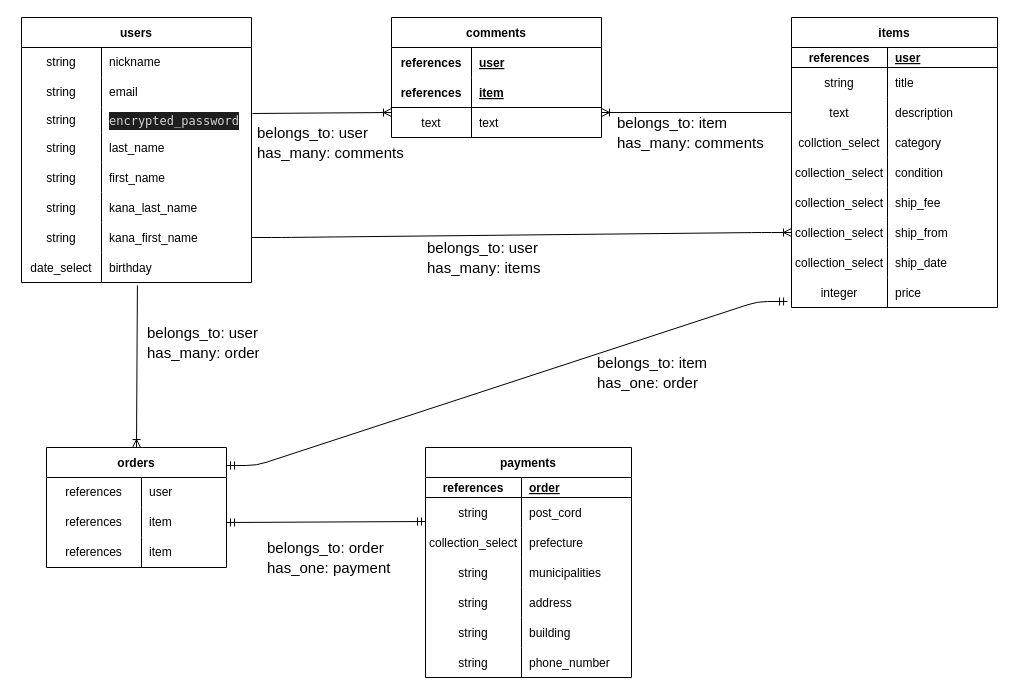
Chie555/furima-39010 keeps this draw.io diagram as furima.dio. Above is the earlier version. Source tidied: cells renumbered, new cells numbered last; positions are measured from the earlier drawing's top-left corner, leaving out a move shared by most shapes. Both pictures are drawn from the tidied source at 100%, with x=0, y=0 at pixel (21, 17).
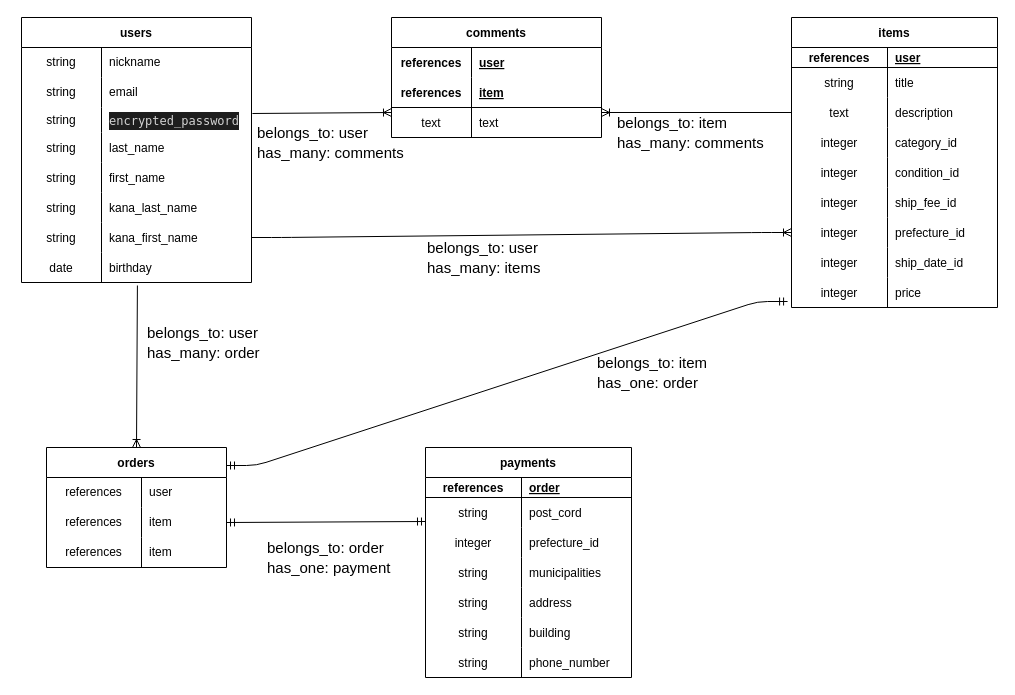
The same page after the edit.

Commit message (it also covers changes not shown here):
データベース設計修正

The change refers to these unchanged cells:
```xml
<mxCell id="24" style="shape=tableRow;horizontal=0;startSize=0;swimlaneHead=0;swimlaneBody=0;fillColor=none;top=0;left=0;right=0;bottom=0;shadow=0;" parent="14" vertex="1">
  <mxGeometry y="110" width="206" height="30" as="geometry" />
</mxCell>
<mxCell id="27" style="shape=tableRow;horizontal=0;startSize=0;swimlaneHead=0;swimlaneBody=0;fillColor=none;top=0;left=0;right=0;bottom=0;shadow=0;" parent="14" vertex="1">
  <mxGeometry y="140" width="206" height="30" as="geometry" />
</mxCell>
<mxCell id="30" style="shape=tableRow;horizontal=0;startSize=0;swimlaneHead=0;swimlaneBody=0;fillColor=none;top=0;left=0;right=0;bottom=0;shadow=0;" parent="14" vertex="1">
  <mxGeometry y="170" width="206" height="30" as="geometry" />
</mxCell>
<mxCell id="33" style="shape=tableRow;horizontal=0;startSize=0;swimlaneHead=0;swimlaneBody=0;fillColor=none;points=[[0,0.5],[1,0.5]];portConstraint=eastwest;top=0;left=0;right=0;bottom=0;shadow=0;" parent="14" vertex="1">
  <mxGeometry y="200" width="206" height="30" as="geometry" />
</mxCell>
<mxCell id="36" style="shape=tableRow;horizontal=0;startSize=0;swimlaneHead=0;swimlaneBody=0;fillColor=none;top=0;left=0;right=0;bottom=0;shadow=0;" parent="14" vertex="1">
  <mxGeometry y="230" width="206" height="30" as="geometry" />
</mxCell>
<mxCell id="74" style="shape=tableRow;horizontal=0;startSize=0;swimlaneHead=0;swimlaneBody=0;fillColor=none;points=[[0,0.5],[1,0.5]];portConstraint=eastwest;top=0;left=0;right=0;bottom=0;shadow=0;" parent="52" vertex="1">
  <mxGeometry y="235" width="230" height="30" as="geometry" />
</mxCell>
<mxCell id="95" style="shape=tableRow;horizontal=0;startSize=0;swimlaneHead=0;swimlaneBody=0;fillColor=none;top=0;left=0;right=0;bottom=0;shadow=0;" parent="88" vertex="1">
  <mxGeometry y="80" width="206" height="30" as="geometry" />
</mxCell>
```

Change to the diagram source:
```diff
@@
-    <mxCell id="25" value="collction_select" style="shape=partialRectangle;fillColor=none;top=0;left=0;bottom=0;right=0;fontStyle=0;overflow=hidden;shadow=0;" parent="24" vertex="1">
+    <mxCell id="25" value="integer" style="shape=partialRectangle;fillColor=none;top=0;left=0;bottom=0;right=0;fontStyle=0;overflow=hidden;shadow=0;" parent="24" vertex="1">
       <mxGeometry width="96" height="30" as="geometry" />
     </mxCell>
-    <mxCell id="26" value="category" style="shape=partialRectangle;fillColor=none;top=0;left=0;bottom=0;right=0;align=left;spacingLeft=6;fontStyle=0;overflow=hidden;shadow=0;" parent="24" vertex="1">
+    <mxCell id="26" value="category_id" style="shape=partialRectangle;fillColor=none;top=0;left=0;bottom=0;right=0;align=left;spacingLeft=6;fontStyle=0;overflow=hidden;shadow=0;" parent="24" vertex="1">
       <mxGeometry x="96" width="110" height="30" as="geometry" />
     </mxCell>
@@
-    <mxCell id="28" value="collection_select" style="shape=partialRectangle;fillColor=none;top=0;left=0;bottom=0;right=0;fontStyle=0;overflow=hidden;shadow=0;" parent="27" vertex="1">
+    <mxCell id="28" value="integer" style="shape=partialRectangle;fillColor=none;top=0;left=0;bottom=0;right=0;fontStyle=0;overflow=hidden;shadow=0;" parent="27" vertex="1">
       <mxGeometry width="96" height="30" as="geometry" />
     </mxCell>
-    <mxCell id="29" value="condition" style="shape=partialRectangle;fillColor=none;top=0;left=0;bottom=0;right=0;align=left;spacingLeft=6;fontStyle=0;overflow=hidden;shadow=0;" parent="27" vertex="1">
+    <mxCell id="29" value="condition_id" style="shape=partialRectangle;fillColor=none;top=0;left=0;bottom=0;right=0;align=left;spacingLeft=6;fontStyle=0;overflow=hidden;shadow=0;" parent="27" vertex="1">
       <mxGeometry x="96" width="110" height="30" as="geometry" />
     </mxCell>
@@
-    <mxCell id="31" value="collection_select" style="shape=partialRectangle;fillColor=none;top=0;left=0;bottom=0;right=0;fontStyle=0;overflow=hidden;shadow=0;" parent="30" vertex="1">
+    <mxCell id="31" value="integer" style="shape=partialRectangle;fillColor=none;top=0;left=0;bottom=0;right=0;fontStyle=0;overflow=hidden;shadow=0;" parent="30" vertex="1">
       <mxGeometry width="96" height="30" as="geometry" />
     </mxCell>
-    <mxCell id="32" value="ship_fee" style="shape=partialRectangle;fillColor=none;top=0;left=0;bottom=0;right=0;align=left;spacingLeft=6;fontStyle=0;overflow=hidden;shadow=0;" parent="30" vertex="1">
+    <mxCell id="32" value="ship_fee_id" style="shape=partialRectangle;fillColor=none;top=0;left=0;bottom=0;right=0;align=left;spacingLeft=6;fontStyle=0;overflow=hidden;shadow=0;" parent="30" vertex="1">
       <mxGeometry x="96" width="110" height="30" as="geometry" />
     </mxCell>
@@
-    <mxCell id="34" value="collection_select" style="shape=partialRectangle;fillColor=none;top=0;left=0;bottom=0;right=0;fontStyle=0;overflow=hidden;shadow=0;" parent="33" vertex="1">
+    <mxCell id="34" value="integer" style="shape=partialRectangle;fillColor=none;top=0;left=0;bottom=0;right=0;fontStyle=0;overflow=hidden;shadow=0;" parent="33" vertex="1">
       <mxGeometry width="96" height="30" as="geometry" />
     </mxCell>
-    <mxCell id="35" value="ship_from" style="shape=partialRectangle;fillColor=none;top=0;left=0;bottom=0;right=0;align=left;spacingLeft=6;fontStyle=0;overflow=hidden;shadow=0;" parent="33" vertex="1">
+    <mxCell id="35" value="prefecture_id" style="shape=partialRectangle;fillColor=none;top=0;left=0;bottom=0;right=0;align=left;spacingLeft=6;fontStyle=0;overflow=hidden;shadow=0;" parent="33" vertex="1">
       <mxGeometry x="96" width="110" height="30" as="geometry" />
     </mxCell>
@@
-    <mxCell id="37" value="collection_select" style="shape=partialRectangle;fillColor=none;top=0;left=0;bottom=0;right=0;fontStyle=0;overflow=hidden;shadow=0;" parent="36" vertex="1">
+    <mxCell id="37" value="integer" style="shape=partialRectangle;fillColor=none;top=0;left=0;bottom=0;right=0;fontStyle=0;overflow=hidden;shadow=0;" parent="36" vertex="1">
       <mxGeometry width="96" height="30" as="geometry" />
     </mxCell>
-    <mxCell id="38" value="ship_date" style="shape=partialRectangle;fillColor=none;top=0;left=0;bottom=0;right=0;align=left;spacingLeft=6;fontStyle=0;overflow=hidden;shadow=0;" parent="36" vertex="1">
+    <mxCell id="38" value="ship_date_id" style="shape=partialRectangle;fillColor=none;top=0;left=0;bottom=0;right=0;align=left;spacingLeft=6;fontStyle=0;overflow=hidden;shadow=0;" parent="36" vertex="1">
       <mxGeometry x="96" width="110" height="30" as="geometry" />
     </mxCell>
@@
-    <mxCell id="75" value="date_select" style="shape=partialRectangle;fillColor=none;top=0;left=0;bottom=0;right=0;fontStyle=0;overflow=hidden;shadow=0;" parent="74" vertex="1">
+    <mxCell id="75" value="date" style="shape=partialRectangle;fillColor=none;top=0;left=0;bottom=0;right=0;fontStyle=0;overflow=hidden;shadow=0;" parent="74" vertex="1">
       <mxGeometry width="80" height="30" as="geometry" />
     </mxCell>
@@
-    <mxCell id="96" value="collection_select" style="shape=partialRectangle;fillColor=none;top=0;left=0;bottom=0;right=0;overflow=hidden;shadow=0;" parent="95" vertex="1">
+    <mxCell id="96" value="integer" style="shape=partialRectangle;fillColor=none;top=0;left=0;bottom=0;right=0;overflow=hidden;shadow=0;" parent="95" vertex="1">
       <mxGeometry width="96" height="30" as="geometry" />
     </mxCell>
-    <mxCell id="97" value="prefecture" style="shape=partialRectangle;fillColor=none;top=0;left=0;bottom=0;right=0;align=left;spacingLeft=6;overflow=hidden;shadow=0;" parent="95" vertex="1">
+    <mxCell id="97" value="prefecture_id" style="shape=partialRectangle;fillColor=none;top=0;left=0;bottom=0;right=0;align=left;spacingLeft=6;overflow=hidden;shadow=0;" parent="95" vertex="1">
       <mxGeometry x="96" width="110" height="30" as="geometry" />
     </mxCell>
```
